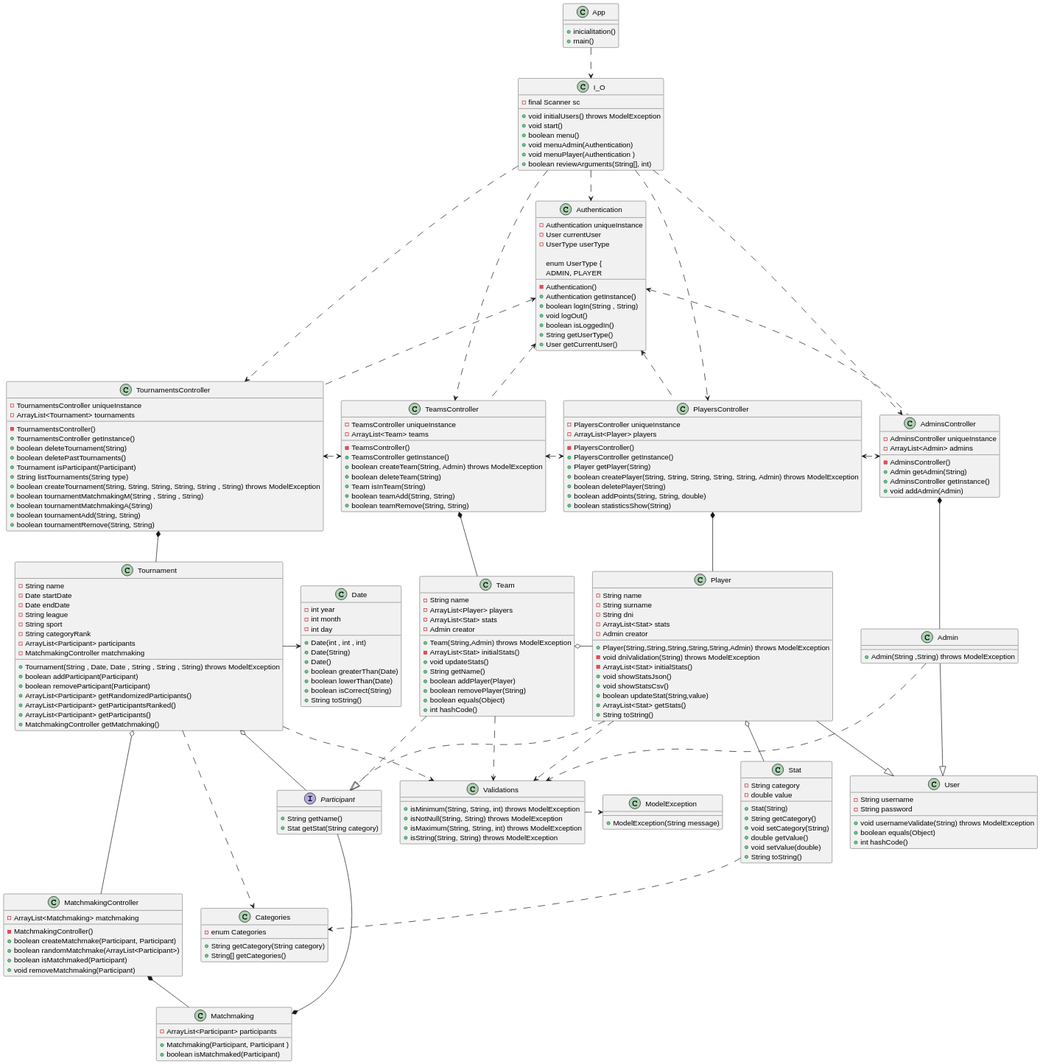
AlbertoArpa/POO2 keeps this PlantUML diagram as documents/umlVector.svg. Above is the earlier version.
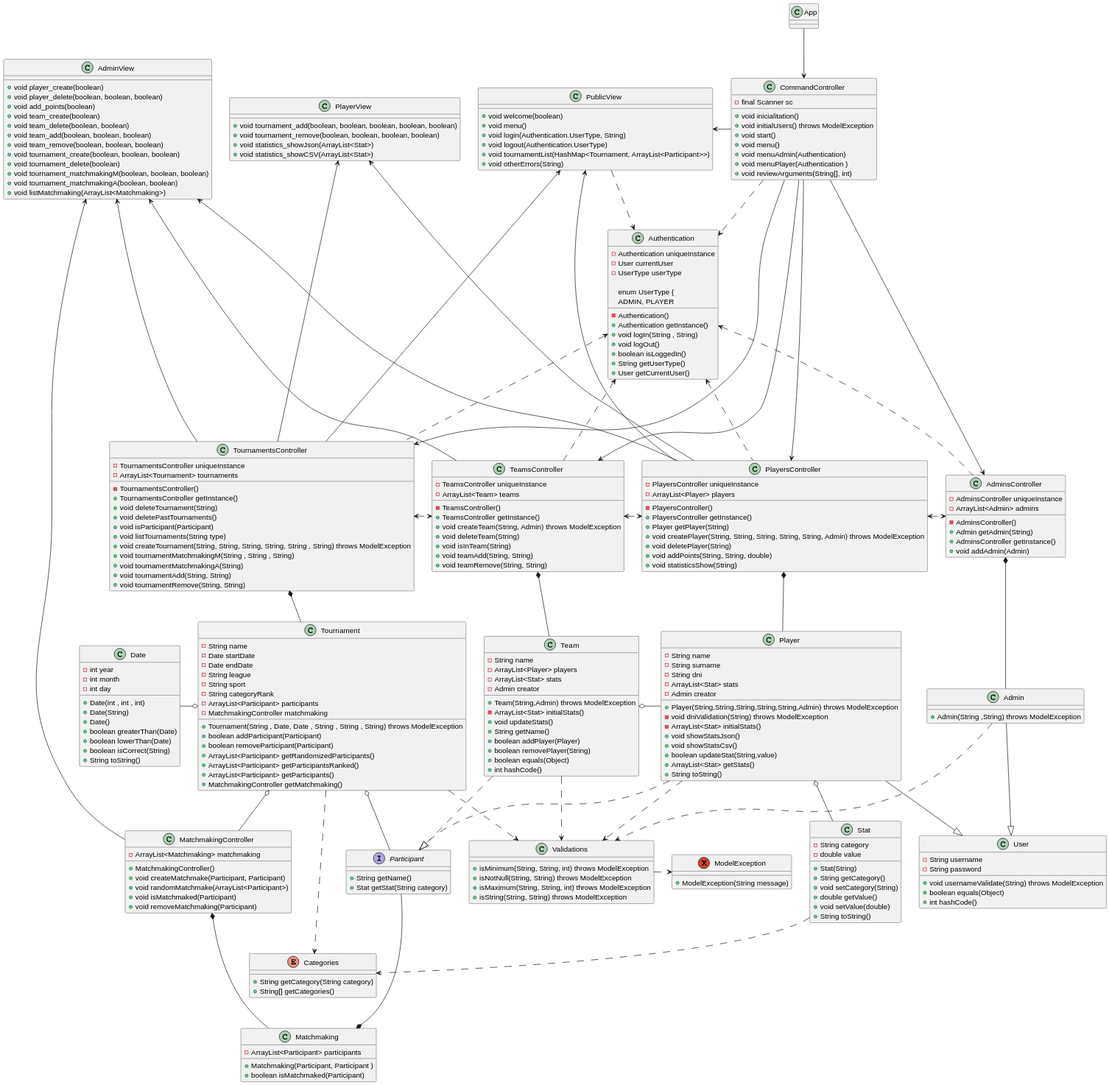
Later version of the same file.

Change to the diagram source:
```diff
@@ -1,47 +1,5 @@
 @startuml
-App ..> I_O
-I_O ...> TournamentsController
-I_O ...> TeamsController
-I_O ...> PlayersController
-I_O ...> AdminsController
-I_O .> Authentication
-Authentication <.. AdminsController
-Authentication <.. PlayersController
-Authentication <.. TeamsController
-Authentication <.. TournamentsController
-TeamsController <.> PlayersController
-PlayersController <.> AdminsController
-TournamentsController <.> TeamsController
-TournamentsController *-- Tournament
-Tournament o-- MatchmakingController
-MatchmakingController *-- Matchmaking
-AdminsController *-- Admin
-PlayersController *-- Player
-Player o-- Stat
-Stat ..> Categories
-TeamsController *-- Team
-Team o- Player
-Tournament o- Participant
-Date <- Tournament
-Tournament ..> Categories
-Team ..|> Participant
-Player ..|> Participant
-Player --|> User
-Admin --|> User
-Participant ---* Matchmaking
-Player ..> Validations
-Admin ..> Validations
-Team ..> Validations
-Tournament ..> Validations
-Validations .> ModelException
-
-
-class App{
-    +inicialitation()
-    +main()
-}
-
-class User{
+class User {
     - String username
     - String password
     + void usernameValidate(String) throws ModelException
@@ -49,7 +7,7 @@
     + int hashCode()
 }
 
-class Player{
+class Player {
     - String name
     - String surname
     - String dni
@@ -65,17 +23,16 @@
     + String toString()
 }
 
-class Admin{
+class Admin {
     + Admin(String ,String) throws ModelException
 }
 
-class Categories{
-    -enum Categories
+enum Categories {
     +String getCategory(String category)
     +String[] getCategories()
 }
 
-class Stat{
+class Stat {
     - String category
     - double value
     + Stat(String)
@@ -86,7 +43,7 @@
     + String toString()
 }
 
-class Team{
+class Team {
     - String name
     - ArrayList<Player> players
     - ArrayList<Stat> stats
@@ -101,13 +58,13 @@
     + int hashCode()
 }
 
-class Matchmaking{
+class Matchmaking {
     - ArrayList<Participant> participants
     + Matchmaking(Participant, Participant )
     + boolean isMatchmaked(Participant)
 }
 
-class Tournament{
+class Tournament {
     - String name
     - Date startDate
     - Date endDate
@@ -125,7 +82,18 @@
     + MatchmakingController getMatchmaking()
 }
 
-class AdminsController{
+class CommandController {
+    - final Scanner sc
+    + void inicialitation()
+    + void initialUsers() throws ModelException
+    + void start()
+    + void menu()
+    + void menuAdmin(Authentication)
+    + void menuPlayer(Authentication )
+    + void reviewArguments(String[], int)
+}
+
+class AdminsController {
     - AdminsController uniqueInstance
     - ArrayList<Admin> admins
     - AdminsController()
@@ -134,25 +102,25 @@
     + void addAdmin(Admin)
 }
 
-class PlayersController{
+class PlayersController {
     - PlayersController uniqueInstance
     - ArrayList<Player> players
     - PlayersController()
     + PlayersController getInstance()
     + Player getPlayer(String)
-    + boolean createPlayer(String, String, String, String, String, Admin) throws ModelException
-    + boolean deletePlayer(String)
-    + boolean addPoints(String, String, double)
-    + boolean statisticsShow(String)
+    + void createPlayer(String, String, String, String, String, Admin) throws ModelException
+    + void deletePlayer(String)
+    + void addPoints(String, String, double)
+    + void statisticsShow(String)
 }
 
-class Authentication{
+class Authentication {
     - Authentication uniqueInstance
     - User currentUser
     - UserType userType
     - Authentication()
     + Authentication getInstance()
-    + boolean logIn(String , String)
+    + void logIn(String , String)
     + void logOut()
     + boolean isLoggedIn()
     + String getUserType()
@@ -160,81 +128,149 @@
 
     enum UserType {
         ADMIN, PLAYER
+
 }
 
-class TournamentsController{
+class TournamentsController {
     - TournamentsController uniqueInstance
     - ArrayList<Tournament> tournaments
     - TournamentsController()
     + TournamentsController getInstance()
-    + boolean deleteTournament(String)
-    + boolean deletePastTournaments()
-    + Tournament isParticipant(Participant)
-    + String listTournaments(String type)
-    + boolean createTournament(String, String, String, String, String , String) throws ModelException
-    + boolean tournamentMatchmakingM(String , String , String)
-    + boolean tournamentMatchmakingA(String)
-    + boolean tournamentAdd(String, String)
-    + boolean tournamentRemove(String, String)
+    + void deleteTournament(String)
+    + void deletePastTournaments()
+    + void isParticipant(Participant)
+    + void listTournaments(String type)
+    + void createTournament(String, String, String, String, String , String) throws ModelException
+    + void tournamentMatchmakingM(String , String , String)
+    + void tournamentMatchmakingA(String)
+    + void tournamentAdd(String, String)
+    + void tournamentRemove(String, String)
 }
 
-class TeamsController{
+class TeamsController {
     - TeamsController uniqueInstance
     - ArrayList<Team> teams
     - TeamsController()
     + TeamsController getInstance()
-    + boolean createTeam(String, Admin) throws ModelException
-    + boolean deleteTeam(String)
-    + Team isInTeam(String)
-    + boolean teamAdd(String, String)
-    + boolean teamRemove(String, String)
+    + void createTeam(String, Admin) throws ModelException
+    + void deleteTeam(String)
+    + void isInTeam(String)
+    + void teamAdd(String, String)
+    + void teamRemove(String, String)
 }
 
-interface Participant{
-    + String getName()
-    + Stat getStat(String category)
-}
-
-class ModelException{
-    + ModelException(String message)
-}
-
-class Date{
-    - int year
-    - int month
-    - int day
-    + Date(int , int , int)
-    + Date(String)
-    + Date()
-    + boolean greaterThan(Date)
-    + boolean lowerThan(Date)
-    + boolean isCorrect(String)
-    + String toString()
-}
-
-class I_O{
-    - final Scanner sc
-    + void initialUsers() throws ModelException
-    + void start()
-    + boolean menu()
-    + void menuAdmin(Authentication)
-    + void menuPlayer(Authentication )
-    + boolean reviewArguments(String[], int)
-}
-
-class MatchmakingController{
+class MatchmakingController {
     - ArrayList<Matchmaking> matchmaking
-    - MatchmakingController()
-    + boolean createMatchmake(Participant, Participant)
-    + boolean randomMatchmake(ArrayList<Participant>)
-    + boolean isMatchmaked(Participant)
+    + MatchmakingController()
+    + void createMatchmake(Participant, Participant)
+    + void randomMatchmake(ArrayList<Participant>)
+    + void isMatchmaked(Participant)
     + void removeMatchmaking(Participant)
 }
 
-class Validations{
-    + isMinimum(String, String, int) throws ModelException
-    + isNotNull(String, String) throws ModelException
-    + isMaximum(String, String, int) throws ModelException
-    + isString(String, String) throws ModelException
+class PlayerView {
+    + void tournament_add(boolean, boolean, boolean, boolean, boolean)
+    + void tournament_remove(boolean, boolean, boolean, boolean)
+    + void statistics_showJson(ArrayList<Stat>)
+    + void statistics_showCSV(ArrayList<Stat>)
 }
+
+class PublicView {
+    + void welcome(boolean)
+    + void menu()
+    + void login(Authentication.UserType, String)
+    + void logout(Authentication.UserType)
+    + void tournamentList(HashMap<Tournament, ArrayList<Participant>>)
+    + void otherErrors(String)
+}
+
+class AdminView {
+    + void player_create(boolean)
+    + void player_delete(boolean, boolean, boolean)
+    + void add_points(boolean)
+    + void team_create(boolean)
+    + void team_delete(boolean, boolean)
+    + void team_add(boolean, boolean, boolean)
+    + void team_remove(boolean, boolean, boolean)
+    + void tournament_create(boolean, boolean, boolean)
+    + void tournament_delete(boolean)
+    + void tournament_matchmakingM(boolean, boolean, boolean)
+    + void tournament_matchmakingA(boolean, boolean)
+    + void listMatchmaking(ArrayList<Matchmaking>)
+}
+
+interface Participant {
+        + String getName()
+        + Stat getStat(String category)
+    }
+
+Exception ModelException{
+        + ModelException(String message)
+    }
+
+class Validations {
+        + isMinimum(String, String, int) throws ModelException
+        + isNotNull(String, String) throws ModelException
+        + isMaximum(String, String, int) throws ModelException
+        + isString(String, String) throws ModelException
+    }
+
+class Date {
+        - int year
+        - int month
+        - int day
+        + Date(int , int , int)
+        + Date(String)
+        + Date()
+        + boolean greaterThan(Date)
+        + boolean lowerThan(Date)
+        + boolean isCorrect(String)
+        + String toString()
+    }
+
+App --> CommandController
+CommandController ---> TournamentsController
+CommandController ---> TeamsController
+CommandController ---> PlayersController
+CommandController ---> AdminsController
+PublicView <- CommandController
+CommandController ..> Authentication
+Authentication <. AdminsController
+Authentication <. PlayersController
+Authentication <... TeamsController
+Authentication <... TournamentsController
+TeamsController <.> PlayersController
+AdminView <---- TeamsController
+PlayersController <.> AdminsController
+AdminView <---- PlayersController
+AdminView <---- MatchmakingController
+PlayerView <---- PlayersController
+PublicView <---- PlayersController
+PublicView ..> Authentication
+TournamentsController <.> TeamsController
+PublicView <---- TournamentsController
+AdminView <---- TournamentsController
+PlayerView <---- TournamentsController
+TournamentsController *-- Tournament
+Tournament o-- MatchmakingController
+MatchmakingController *-- Matchmaking
+AdminsController *-- Admin
+PlayersController *-- Player
+Player o-- Stat
+Stat ..> Categories
+TeamsController *-- Team
+Team o- Player
+Tournament o- Participant
+Date -o Tournament
+Tournament ..> Categories
+Team ..|> Participant
+Player ..|> Participant
+Player --|> User
+Admin --|> User
+Participant ---* Matchmaking
+Player ..> Validations
+Admin ..> Validations
+Team ..> Validations
+Tournament ..> Validations
+Validations .> ModelException
 @enduml
```
